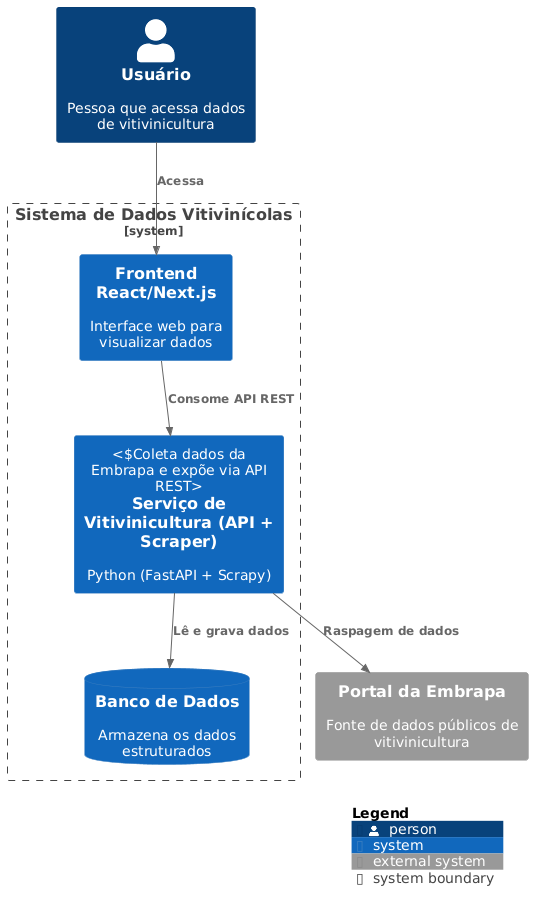
This is docs/architecture/c4/rendered/C4_Context.png from luisguilermes/postechml-tech-challenge, a PlantUML export, as it was before one commit. Its diagram source:
```plantuml
@startuml C4_Context
!includeurl https://raw.githubusercontent.com/plantuml-stdlib/C4-PlantUML/master/C4_Context.puml

Person(user, "Usuário", "Pessoa que acessa dados de vitivinicultura")

System_Boundary(sistema, "Sistema de Dados Vitivinícolas") {
    System(webapp, "Frontend React/Next.js", "Interface web para visualizar dados")
    System(monolith, "Serviço de Vitivinicultura (API + Scraper)", "Python (FastAPI + Scrapy)", "Coleta dados da Embrapa e expõe via API REST")
    SystemDb(database, "Banco de Dados", "Armazena os dados estruturados")
}

System_Ext(embrapa, "Portal da Embrapa", "Fonte de dados públicos de vitivinicultura")

Rel(user, webapp, "Acessa")
Rel(webapp, monolith, "Consome API REST")
Rel(monolith, database, "Lê e grava dados")
Rel(monolith, embrapa, "Raspagem de dados")

SHOW_LEGEND()
@enduml
```
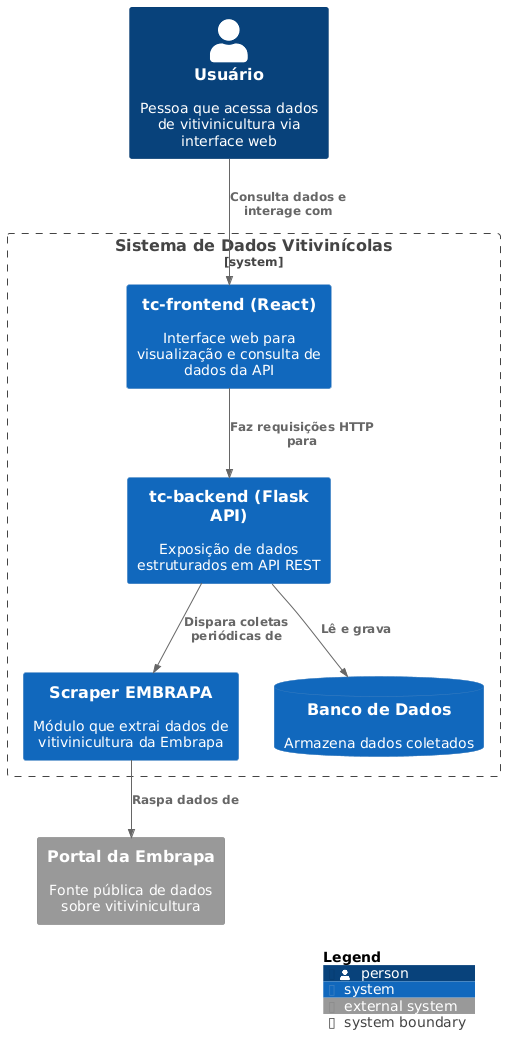
Above is the later version.

The edit, as a diff of the source:
```diff
@@ -1,20 +1,22 @@
 @startuml C4_Context
 !includeurl https://raw.githubusercontent.com/plantuml-stdlib/C4-PlantUML/master/C4_Context.puml
 
-Person(user, "Usuário", "Pessoa que acessa dados de vitivinicultura")
+Person(user, "Usuário", "Pessoa que acessa dados de vitivinicultura via interface web")
 
 System_Boundary(sistema, "Sistema de Dados Vitivinícolas") {
-    System(webapp, "Frontend React/Next.js", "Interface web para visualizar dados")
-    System(monolith, "Serviço de Vitivinicultura (API + Scraper)", "Python (FastAPI + Scrapy)", "Coleta dados da Embrapa e expõe via API REST")
-    SystemDb(database, "Banco de Dados", "Armazena os dados estruturados")
+    System(webapp, "tc-frontend (React)", "Interface web para visualização e consulta de dados da API")
+    System(api, "tc-backend (Flask API)", "Exposição de dados estruturados em API REST")
+    System(scraper, "Scraper EMBRAPA", "Módulo que extrai dados de vitivinicultura da Embrapa")
+    SystemDb(database, "Banco de Dados", "Armazena dados coletados")
 }
 
-System_Ext(embrapa, "Portal da Embrapa", "Fonte de dados públicos de vitivinicultura")
+System_Ext(embrapa, "Portal da Embrapa", "Fonte pública de dados sobre vitivinicultura")
 
-Rel(user, webapp, "Acessa")
-Rel(webapp, monolith, "Consome API REST")
-Rel(monolith, database, "Lê e grava dados")
-Rel(monolith, embrapa, "Raspagem de dados")
+Rel(user, webapp, "Consulta dados e interage com")
+Rel(webapp, api, "Faz requisições HTTP para")
+Rel(api, database, "Lê e grava")
+Rel(api, scraper, "Dispara coletas periódicas de")
+Rel(scraper, embrapa, "Raspa dados de")
 
 SHOW_LEGEND()
 @enduml
```
